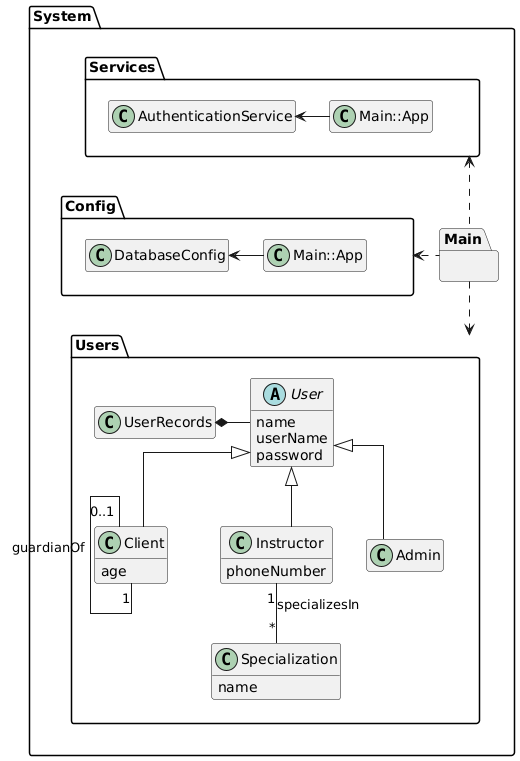
Earlier version of the PlantUML export diagrams/out/package-diagram/Package Diagram.png (NathanGrenier/SOEN-342-Project).
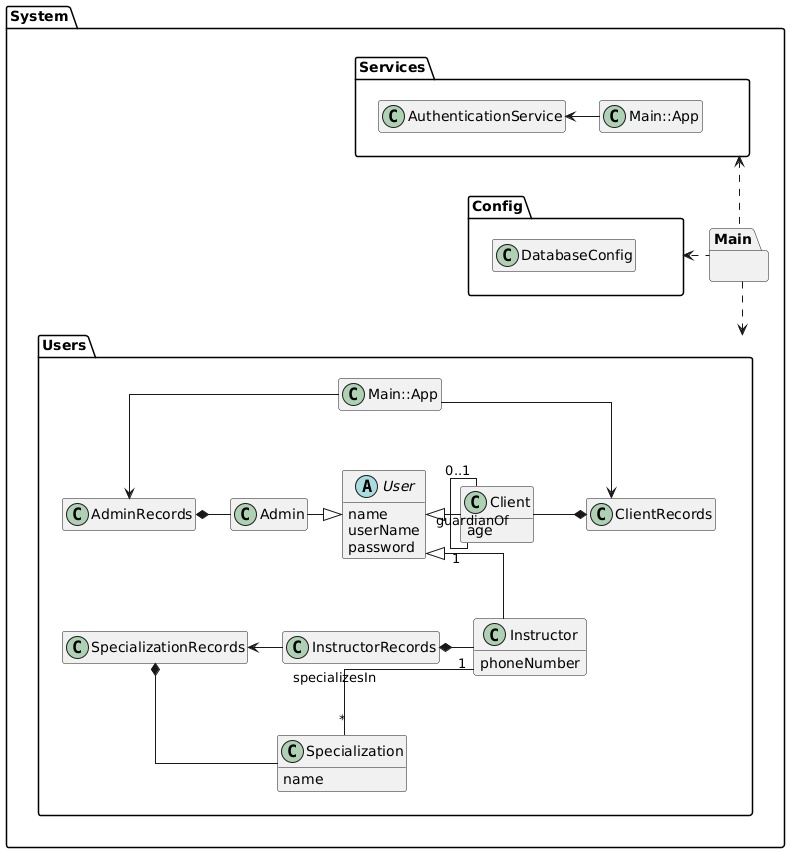
The same file after the commit.

Change to the diagram source:
```diff
@@ -7,9 +7,6 @@
 
     package Config {
         class DatabaseConfig {}
-        class App as "Main::App"
-
-        DatabaseConfig <- App
     }
 
     package Services {
@@ -20,30 +17,48 @@
     }
 
     package Users {
+        class App as "Main::App"
+
         abstract User {
             name
             userName
             password
         }
+        class ClientRecords {}
         class Client {
             age
         }
+
+        class SpecializationRecords {}
         class Specialization {
             name
         }
+        class InstructorRecords {}
         class Instructor {
             phoneNumber
         }
+        class AdminRecords {}
         class Admin {}
 
-        User <|-- Client
-        User <|-- Instructor
-        User <|-- Admin
-        UserRecords *- User
+        App --> AdminRecords
+        App --> ClientRecords
+
+        User <|-right- Client
+        User <|-down- Instructor
+        User <|-left- Admin
+
+        AdminRecords *- Admin
 
         Client "0..1" -- "1" Client: guardianOf
 
+        ClientRecords *-left- Client
+
+        SpecializationRecords *- Specialization
+
         Instructor "1" -- "*" Specialization: specializesIn
+
+        InstructorRecords *- Instructor
+        InstructorRecords -left-> SpecializationRecords
     }
 }
 
```
